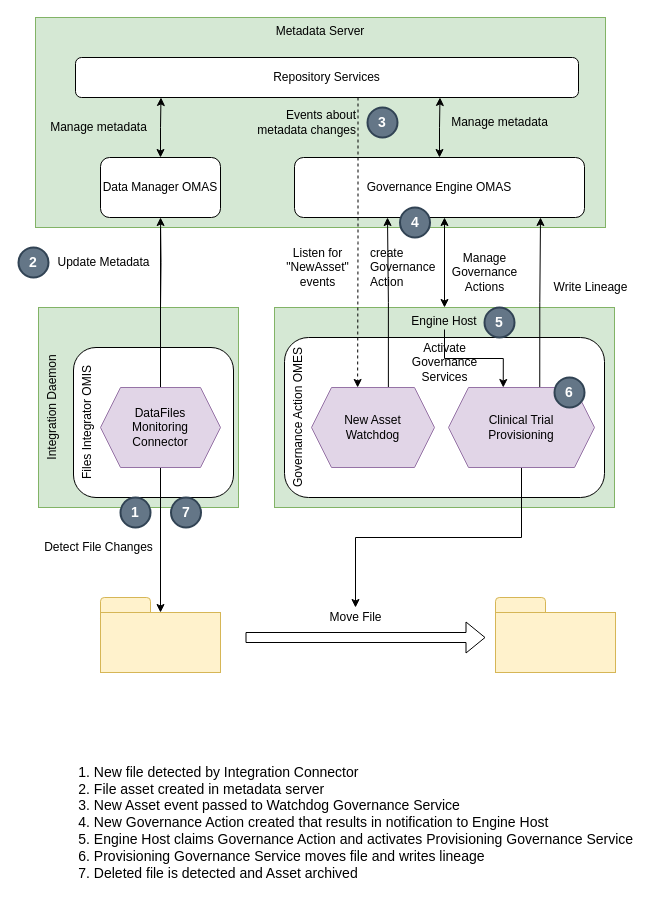
This is page "data-onboarding" (6 of 6) of open-metadata-implementation/frameworks/governance-action-framework/docs/governance-action-framework.drawio from odpi/egeria, a draw.io file, before an edit. Source tidied: cells renumbered, new cells numbered last; positions are measured from the earlier drawing's top-left corner, leaving out a move shared by most shapes. Both pictures are drawn from the tidied source at 100%, with x=0, y=0 at pixel (18, 17).
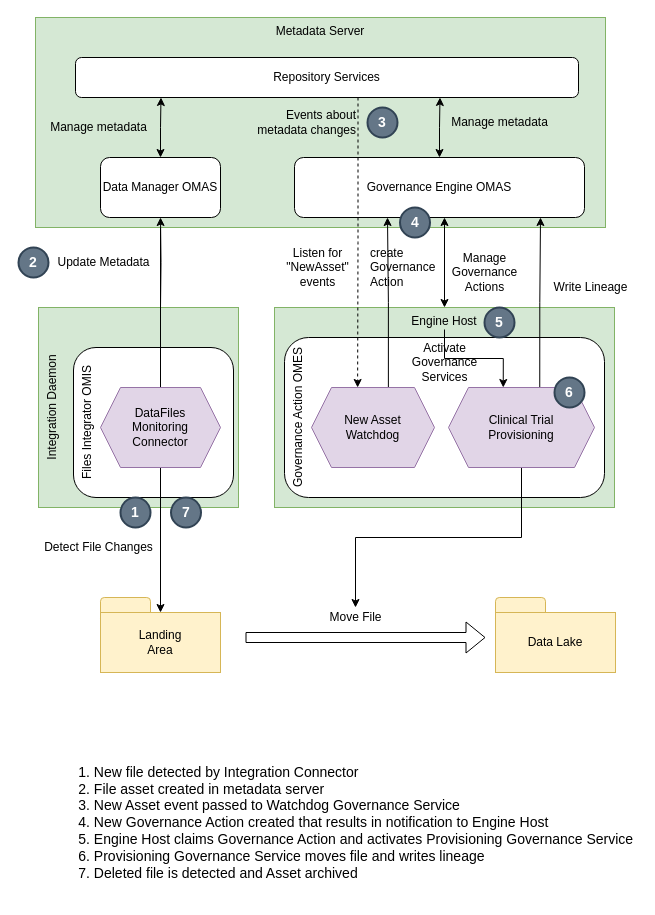
After the change.

Change to the diagram source:
```diff
@@
-    <mxCell id="14" style="rounded=0;whiteSpace=wrap;html=1;fillColor=#fff2cc;strokeColor=#d6b656;" parent="1" vertex="1">
+    <mxCell id="14" value="Landing&lt;br&gt;Area" style="rounded=0;whiteSpace=wrap;html=1;fillColor=#fff2cc;strokeColor=#d6b656;" parent="1" vertex="1">
       <mxGeometry x="82" y="595" width="120" height="60" as="geometry" />
     </mxCell>
@@
-    <mxCell id="36" style="rounded=0;whiteSpace=wrap;html=1;fillColor=#fff2cc;strokeColor=#d6b656;" parent="1" vertex="1">
+    <mxCell id="36" value="Data Lake" style="rounded=0;whiteSpace=wrap;html=1;fillColor=#fff2cc;strokeColor=#d6b656;" parent="1" vertex="1">
       <mxGeometry x="477" y="595" width="120" height="60" as="geometry" />
     </mxCell>
```
